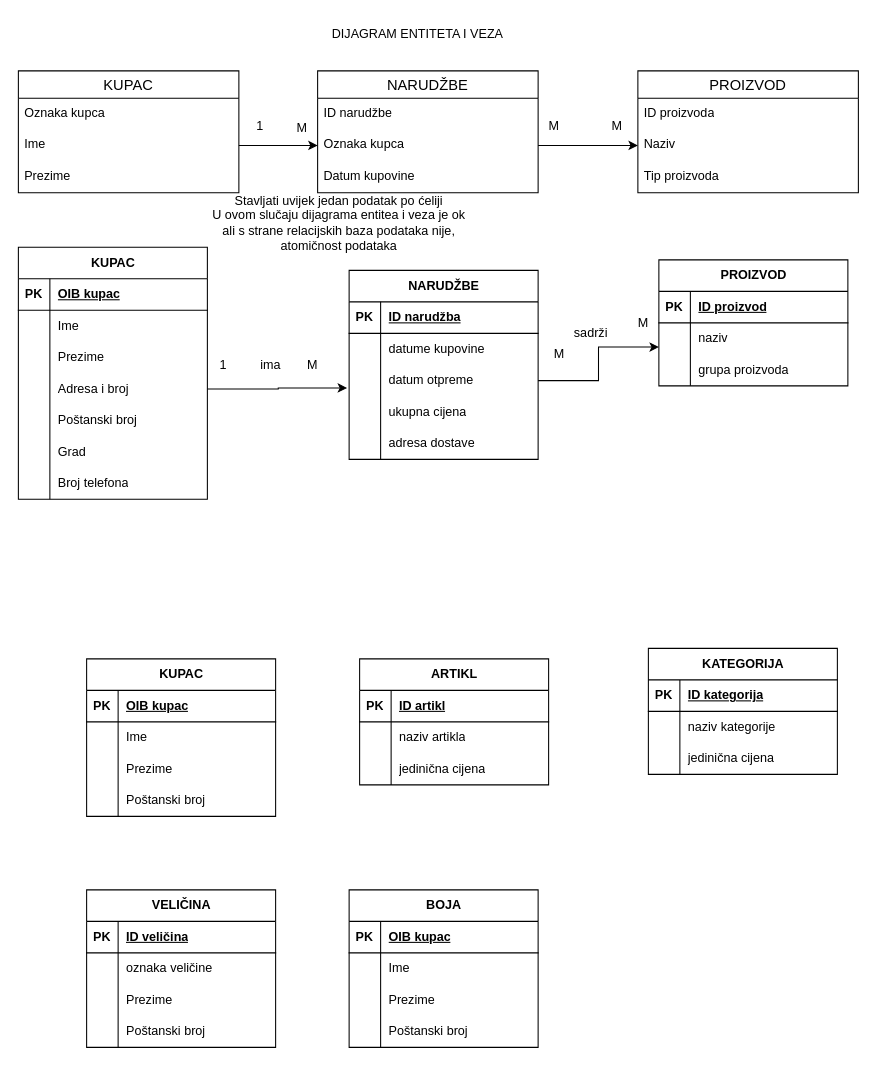
This is new.drawio from RenSu92/PHP_osnove, a draw.io file, before an edit. Source tidied: cells renumbered, new cells numbered last; positions are measured from the earlier drawing's top-left corner, leaving out a move shared by most shapes. Both pictures are drawn from the tidied source at 105%, with x=0, y=0 at pixel (18, 18).
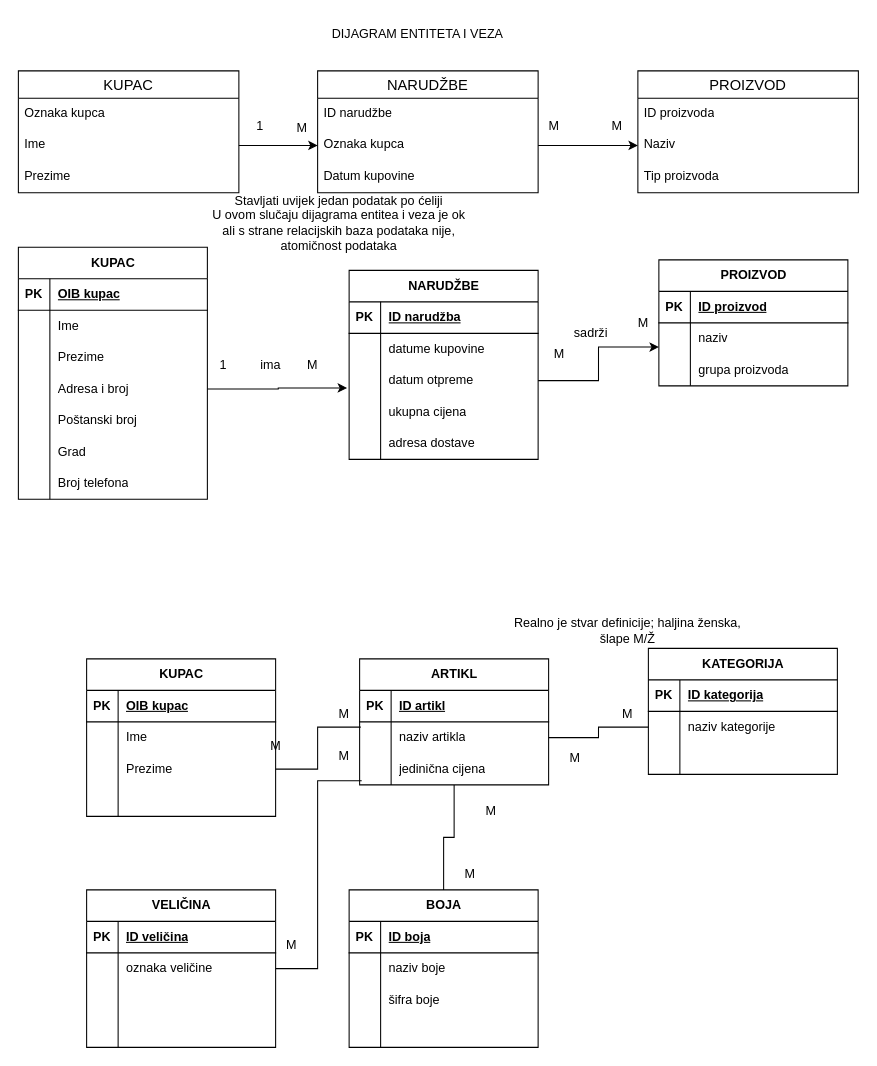
Above is the later version.

Unchanged cells that the change refers to:
```xml
<mxCell id="85" style="shape=tableRow;horizontal=0;startSize=0;swimlaneHead=0;swimlaneBody=0;fillColor=none;points=[[0,0.5],[1,0.5]];portConstraint=eastwest;top=0;left=0;right=0;bottom=0;" parent="78" vertex="1">
  <mxGeometry y="90" width="180" height="30" as="geometry" />
</mxCell>
<mxCell id="88" style="shape=tableRow;horizontal=0;startSize=0;swimlaneHead=0;swimlaneBody=0;fillColor=none;top=0;left=0;right=0;bottom=0;" parent="78" vertex="1">
  <mxGeometry y="120" width="180" height="30" as="geometry" />
</mxCell>
<mxCell id="91" value="ARTIKL" style="shape=table;startSize=30;childLayout=tableLayout;rowLines=0;fontStyle=1;align=center;html=1;" parent="1" vertex="1">
  <mxGeometry x="325" y="610" width="180" height="120" as="geometry" />
</mxCell>
<mxCell id="95" style="shape=tableRow;horizontal=0;startSize=0;swimlaneHead=0;swimlaneBody=0;fillColor=none;points=[[0,0.5],[1,0.5]];portConstraint=eastwest;top=0;left=0;right=0;bottom=0;" parent="91" vertex="1">
  <mxGeometry y="60" width="180" height="30" as="geometry" />
</mxCell>
<mxCell id="98" style="shape=tableRow;horizontal=0;startSize=0;swimlaneHead=0;swimlaneBody=0;fillColor=none;points=[[0,0.5],[1,0.5]];portConstraint=eastwest;top=0;left=0;right=0;bottom=0;" parent="91" vertex="1">
  <mxGeometry y="90" width="180" height="30" as="geometry" />
</mxCell>
<mxCell id="105" style="shape=tableRow;horizontal=0;startSize=0;swimlaneHead=0;swimlaneBody=0;fillColor=none;points=[[0,0.5],[1,0.5]];portConstraint=eastwest;top=0;left=0;right=0;bottom=0;" parent="101" vertex="1">
  <mxGeometry y="60" width="180" height="30" as="geometry" />
</mxCell>
<mxCell id="108" style="shape=tableRow;horizontal=0;startSize=0;swimlaneHead=0;swimlaneBody=0;fillColor=none;top=0;left=0;right=0;bottom=0;" parent="101" vertex="1">
  <mxGeometry y="90" width="180" height="30" as="geometry" />
</mxCell>
<mxCell id="115" style="shape=tableRow;horizontal=0;startSize=0;swimlaneHead=0;swimlaneBody=0;fillColor=none;points=[[0,0.5],[1,0.5]];portConstraint=eastwest;top=0;left=0;right=0;bottom=0;" parent="111" vertex="1">
  <mxGeometry y="60" width="180" height="30" as="geometry" />
</mxCell>
<mxCell id="118" style="shape=tableRow;horizontal=0;startSize=0;swimlaneHead=0;swimlaneBody=0;fillColor=none;top=0;left=0;right=0;bottom=0;" parent="111" vertex="1">
  <mxGeometry y="90" width="180" height="30" as="geometry" />
</mxCell>
<mxCell id="121" style="shape=tableRow;horizontal=0;startSize=0;swimlaneHead=0;swimlaneBody=0;fillColor=none;top=0;left=0;right=0;bottom=0;" parent="111" vertex="1">
  <mxGeometry y="120" width="180" height="30" as="geometry" />
</mxCell>
<mxCell id="124" value="BOJA" style="shape=table;startSize=30;childLayout=tableLayout;rowLines=0;fontStyle=1;align=center;html=1;" parent="1" vertex="1">
  <mxGeometry x="315" y="830" width="180" height="150" as="geometry" />
</mxCell>
<mxCell id="125" style="shape=tableRow;horizontal=0;startSize=0;swimlaneHead=0;swimlaneBody=0;fillColor=none;top=0;left=0;right=0;bottom=1;" parent="124" vertex="1">
  <mxGeometry y="30" width="180" height="30" as="geometry" />
</mxCell>
<mxCell id="128" style="shape=tableRow;horizontal=0;startSize=0;swimlaneHead=0;swimlaneBody=0;fillColor=none;top=0;left=0;right=0;bottom=0;" parent="124" vertex="1">
  <mxGeometry y="60" width="180" height="30" as="geometry" />
</mxCell>
<mxCell id="131" style="shape=tableRow;horizontal=0;startSize=0;swimlaneHead=0;swimlaneBody=0;fillColor=none;top=0;left=0;right=0;bottom=0;" parent="124" vertex="1">
  <mxGeometry y="90" width="180" height="30" as="geometry" />
</mxCell>
<mxCell id="134" style="shape=tableRow;horizontal=0;startSize=0;swimlaneHead=0;swimlaneBody=0;fillColor=none;top=0;left=0;right=0;bottom=0;" parent="124" vertex="1">
  <mxGeometry y="120" width="180" height="30" as="geometry" />
</mxCell>
```

Diff of the diagram source:
```diff
@@
-    <mxCell id="90" value="Poštanski broj" style="shape=partialRectangle;fillColor=none;top=0;left=0;bottom=0;right=0;align=left;spacingLeft=6;overflow=hidden;whiteSpace=wrap;html=1;" parent="88" vertex="1">
+    <mxCell id="90" style="shape=partialRectangle;fillColor=none;top=0;left=0;bottom=0;right=0;align=left;spacingLeft=6;overflow=hidden;whiteSpace=wrap;html=1;" parent="88" vertex="1">
       <mxGeometry x="30" width="150" height="30" as="geometry" />
     </mxCell>
@@
-    <mxCell id="110" value="jedinična cijena" style="shape=partialRectangle;fillColor=none;top=0;left=0;bottom=0;right=0;align=left;spacingLeft=6;overflow=hidden;whiteSpace=wrap;html=1;" parent="108" vertex="1">
+    <mxCell id="110" style="shape=partialRectangle;fillColor=none;top=0;left=0;bottom=0;right=0;align=left;spacingLeft=6;overflow=hidden;whiteSpace=wrap;html=1;" parent="108" vertex="1">
       <mxGeometry x="30" width="150" height="30" as="geometry" />
     </mxCell>
@@
-    <mxCell id="120" value="Prezime" style="shape=partialRectangle;fillColor=none;top=0;left=0;bottom=0;right=0;align=left;spacingLeft=6;overflow=hidden;whiteSpace=wrap;html=1;" parent="118" vertex="1">
+    <mxCell id="120" style="shape=partialRectangle;fillColor=none;top=0;left=0;bottom=0;right=0;align=left;spacingLeft=6;overflow=hidden;whiteSpace=wrap;html=1;" parent="118" vertex="1">
       <mxGeometry x="30" width="150" height="30" as="geometry" />
     </mxCell>
@@
-    <mxCell id="123" value="Poštanski broj" style="shape=partialRectangle;fillColor=none;top=0;left=0;bottom=0;right=0;align=left;spacingLeft=6;overflow=hidden;whiteSpace=wrap;html=1;" parent="121" vertex="1">
+    <mxCell id="123" style="shape=partialRectangle;fillColor=none;top=0;left=0;bottom=0;right=0;align=left;spacingLeft=6;overflow=hidden;whiteSpace=wrap;html=1;" parent="121" vertex="1">
       <mxGeometry x="30" width="150" height="30" as="geometry" />
     </mxCell>
+    <mxCell id="137" style="edgeStyle=orthogonalEdgeStyle;rounded=0;jettySize=auto;html=1;entryX=0.5;entryY=1;entryDx=0;entryDy=0;endArrow=none;endFill=0;" parent="1" edge="1" source="124" target="91">
+      <mxGeometry relative="1" as="geometry" />
+    </mxCell>
@@
-    <mxCell id="127" value="OIB kupac" style="shape=partialRectangle;fillColor=none;top=0;left=0;bottom=0;right=0;align=left;spacingLeft=6;fontStyle=5;overflow=hidden;whiteSpace=wrap;html=1;" parent="125" vertex="1">
+    <mxCell id="127" value="ID boja" style="shape=partialRectangle;fillColor=none;top=0;left=0;bottom=0;right=0;align=left;spacingLeft=6;fontStyle=5;overflow=hidden;whiteSpace=wrap;html=1;" parent="125" vertex="1">
       <mxGeometry x="30" width="150" height="30" as="geometry" />
     </mxCell>
@@
-    <mxCell id="130" value="Ime" style="shape=partialRectangle;fillColor=none;top=0;left=0;bottom=0;right=0;align=left;spacingLeft=6;overflow=hidden;whiteSpace=wrap;html=1;" parent="128" vertex="1">
+    <mxCell id="130" value="naziv boje" style="shape=partialRectangle;fillColor=none;top=0;left=0;bottom=0;right=0;align=left;spacingLeft=6;overflow=hidden;whiteSpace=wrap;html=1;" parent="128" vertex="1">
       <mxGeometry x="30" width="150" height="30" as="geometry" />
     </mxCell>
@@
-    <mxCell id="133" value="Prezime" style="shape=partialRectangle;fillColor=none;top=0;left=0;bottom=0;right=0;align=left;spacingLeft=6;overflow=hidden;whiteSpace=wrap;html=1;" parent="131" vertex="1">
+    <mxCell id="133" value="šifra boje" style="shape=partialRectangle;fillColor=none;top=0;left=0;bottom=0;right=0;align=left;spacingLeft=6;overflow=hidden;whiteSpace=wrap;html=1;" parent="131" vertex="1">
       <mxGeometry x="30" width="150" height="30" as="geometry" />
     </mxCell>
@@
-    <mxCell id="136" value="Poštanski broj" style="shape=partialRectangle;fillColor=none;top=0;left=0;bottom=0;right=0;align=left;spacingLeft=6;overflow=hidden;whiteSpace=wrap;html=1;" parent="134" vertex="1">
+    <mxCell id="136" style="shape=partialRectangle;fillColor=none;top=0;left=0;bottom=0;right=0;align=left;spacingLeft=6;overflow=hidden;whiteSpace=wrap;html=1;" parent="134" vertex="1">
       <mxGeometry x="30" width="150" height="30" as="geometry" />
     </mxCell>
+    <mxCell id="138" style="edgeStyle=orthogonalEdgeStyle;rounded=0;jettySize=auto;html=1;entryX=0.006;entryY=0.167;entryDx=0;entryDy=0;entryPerimeter=0;endArrow=none;endFill=0;" parent="1" edge="1" source="85" target="95">
+      <mxGeometry relative="1" as="geometry" />
+    </mxCell>
+    <mxCell id="139" value="M" style="text;html=1;align=center;verticalAlign=middle;strokeColor=none;fillColor=none;" parent="1" vertex="1">
+      <mxGeometry x="295" y="648" width="30" height="30" as="geometry" />
+    </mxCell>
+    <mxCell id="140" value="M" style="text;html=1;align=center;verticalAlign=middle;strokeColor=none;fillColor=none;" parent="1" vertex="1">
+      <mxGeometry x="230" y="678" width="30" height="30" as="geometry" />
+    </mxCell>
+    <mxCell id="141" style="edgeStyle=orthogonalEdgeStyle;rounded=0;jettySize=auto;html=1;exitX=1;exitY=0.5;exitDx=0;exitDy=0;entryX=0;entryY=0.5;entryDx=0;entryDy=0;endArrow=none;endFill=0;" parent="1" edge="1" source="95" target="105">
+      <mxGeometry relative="1" as="geometry" />
+    </mxCell>
+    <mxCell id="142" value="M" style="text;html=1;align=center;verticalAlign=middle;strokeColor=none;fillColor=none;" parent="1" vertex="1">
+      <mxGeometry x="565" y="648" width="30" height="30" as="geometry" />
+    </mxCell>
+    <mxCell id="143" value="&lt;div&gt;Realno je stvar definicije; haljina ženska,&lt;/div&gt;&lt;div&gt;šlape M/Ž&lt;br&gt;&lt;/div&gt;" style="text;html=1;align=center;verticalAlign=middle;strokeColor=none;fillColor=none;" parent="1" vertex="1">
+      <mxGeometry x="460" y="563" width="240" height="40" as="geometry" />
+    </mxCell>
+    <mxCell id="144" value="M" style="text;html=1;align=center;verticalAlign=middle;strokeColor=none;fillColor=none;" parent="1" vertex="1">
+      <mxGeometry x="515" y="690" width="30" height="30" as="geometry" />
+    </mxCell>
+    <mxCell id="145" style="edgeStyle=orthogonalEdgeStyle;rounded=0;jettySize=auto;html=1;entryX=0.011;entryY=0.867;entryDx=0;entryDy=0;entryPerimeter=0;endArrow=none;endFill=0;" parent="1" edge="1" source="115" target="98">
+      <mxGeometry relative="1" as="geometry" />
+    </mxCell>
+    <mxCell id="146" value="M" style="text;html=1;align=center;verticalAlign=middle;strokeColor=none;fillColor=none;" parent="1" vertex="1">
+      <mxGeometry x="295" y="688" width="30" height="30" as="geometry" />
+    </mxCell>
+    <mxCell id="147" value="M" style="text;html=1;align=center;verticalAlign=middle;strokeColor=none;fillColor=none;" parent="1" vertex="1">
+      <mxGeometry x="245" y="868" width="30" height="30" as="geometry" />
+    </mxCell>
+    <mxCell id="148" value="M" style="text;html=1;align=center;verticalAlign=middle;strokeColor=none;fillColor=none;" parent="1" vertex="1">
+      <mxGeometry x="415" y="800" width="30" height="30" as="geometry" />
+    </mxCell>
+    <mxCell id="149" value="M" style="text;html=1;align=center;verticalAlign=middle;strokeColor=none;fillColor=none;" parent="1" vertex="1">
+      <mxGeometry x="435" y="740" width="30" height="30" as="geometry" />
+    </mxCell>
```
